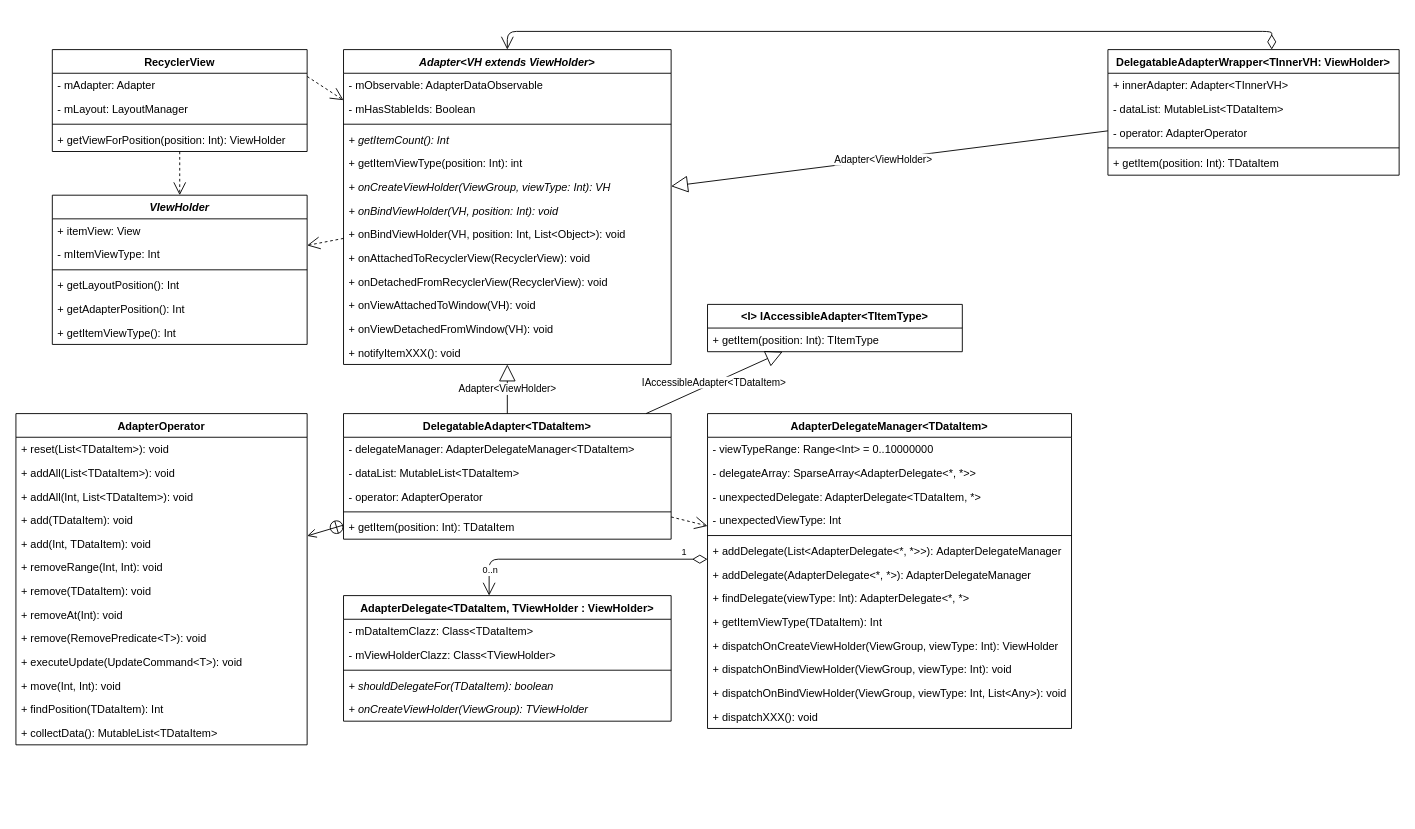
Earlier version of the draw.io diagram GlobalSearch.drawio (Cmdone/Draw.io). Source tidied: cells renumbered, new cells numbered last; positions are measured from the earlier drawing's top-left corner, leaving out a move shared by most shapes. Both pictures are drawn from the tidied source at 91%, with x=0, y=0 at pixel (15, 31).
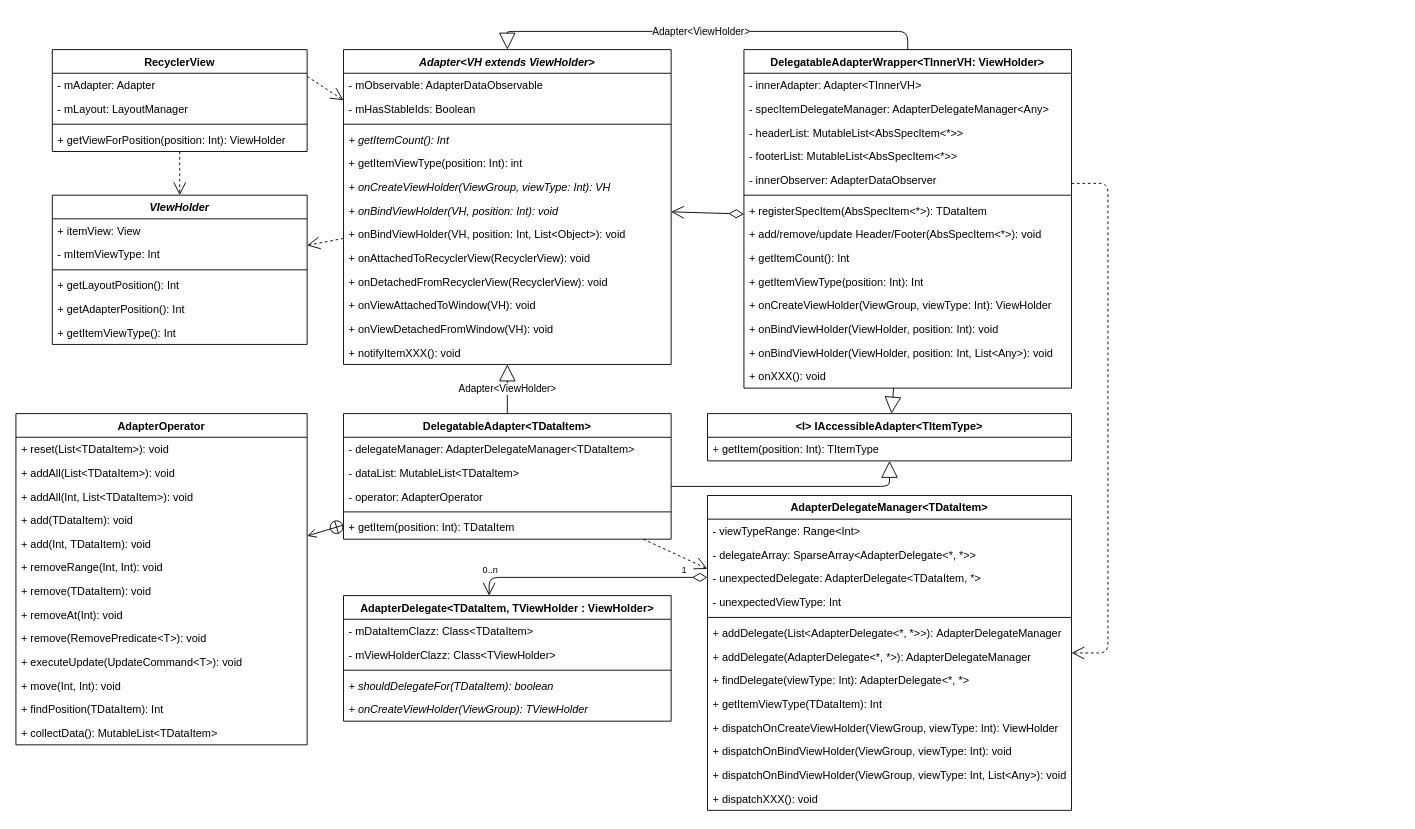
After the change.

Unchanged cells that the change refers to:
```xml
<mxCell id="2" value="Adapter&lt;VH extends ViewHolder&gt;" style="swimlane;fontStyle=3;align=center;verticalAlign=top;horizontal=1;startSize=26;" parent="1" vertex="1">
  <mxGeometry x="360" y="20" width="360" height="346" as="geometry" />
</mxCell>
<mxCell id="31" value="DelegatableAdapter&lt;TDataItem&gt;" style="swimlane;fontStyle=1;align=center;verticalAlign=top;horizontal=1;startSize=26;" parent="1" vertex="1">
  <mxGeometry x="360" y="420" width="360" height="138" as="geometry" />
</mxCell>
<mxCell id="68" value="AdapterDelegate&lt;TDataItem, TViewHolder : ViewHolder&gt;" style="swimlane;fontStyle=1;align=center;verticalAlign=top;horizontal=1;startSize=26;" parent="1" vertex="1">
  <mxGeometry x="360" y="620" width="360" height="138" as="geometry" />
</mxCell>
```

The edit, as a diff of the source:
```diff
@@
     <mxCell id="53" value="AdapterDelegateManager&lt;TDataItem&gt;" style="swimlane;fontStyle=1;align=center;verticalAlign=top;horizontal=1;startSize=26;" parent="1" vertex="1">
-      <mxGeometry x="760" y="420" width="400" height="346" as="geometry" />
+      <mxGeometry x="760" y="510" width="400" height="346" as="geometry" />
     </mxCell>
-    <mxCell id="54" value="- viewTypeRange: Range&lt;Int&gt; = 0..10000000" style="text;strokeColor=none;fillColor=none;align=left;verticalAlign=top;spacingLeft=4;spacingRight=4;overflow=hidden;" parent="53" vertex="1">
+    <mxCell id="54" value="- viewTypeRange: Range&lt;Int&gt;" style="text;strokeColor=none;fillColor=none;align=left;verticalAlign=top;spacingLeft=4;spacingRight=4;overflow=hidden;" parent="53" vertex="1">
       <mxGeometry y="26" width="400" height="26" as="geometry" />
     </mxCell>
@@
     <mxCell id="74" style="endArrow=open;html=1;endSize=12;startArrow=diamondThin;startSize=14;startFill=0;edgeStyle=orthogonalEdgeStyle;" parent="1" edge="1" source="53" target="68">
       <mxGeometry relative="1" as="geometry">
         <Array as="points">
-          <mxPoint x="520" y="580" />
+          <mxPoint x="520" y="600" />
         </Array>
       </mxGeometry>
     </mxCell>
@@
     <mxCell id="77" value="&lt;I&gt; IAccessibleAdapter&lt;TItemType&gt;" style="swimlane;fontStyle=1;align=center;verticalAlign=top;horizontal=1;startSize=26;" parent="1" vertex="1">
-      <mxGeometry x="760" y="300" width="280" height="52" as="geometry" />
+      <mxGeometry x="760" y="420" width="400" height="52" as="geometry" />
     </mxCell>
     <mxCell id="78" value="+ getItem(position: Int): TItemType" style="text;strokeColor=none;fillColor=none;align=left;verticalAlign=top;spacingLeft=4;spacingRight=4;overflow=hidden;" parent="77" vertex="1">
-      <mxGeometry y="26" width="280" height="26" as="geometry" />
+      <mxGeometry y="26" width="400" height="26" as="geometry" />
     </mxCell>
-    <mxCell id="79" value="&lt;span style=&quot;font-size: 11px&quot;&gt;IAccessibleAdapter&amp;lt;TDataItem&amp;gt;&lt;/span&gt;" style="endArrow=block;endSize=16;endFill=0;html=1;" parent="1" edge="1" source="31" target="77">
-      <mxGeometry relative="1" as="geometry" />
+    <mxCell id="79" style="endArrow=block;endSize=16;endFill=0;html=1;edgeStyle=orthogonalEdgeStyle;" parent="1" edge="1" source="31" target="77">
+      <mxGeometry x="-0.1" relative="1" as="geometry">
+        <Array as="points">
+          <mxPoint x="960" y="500" />
+        </Array>
+      </mxGeometry>
     </mxCell>
     <mxCell id="80" value="DelegatableAdapterWrapper&lt;TInnerVH: ViewHolder&gt;" style="swimlane;fontStyle=1;align=center;verticalAlign=top;horizontal=1;startSize=26;" parent="1" vertex="1">
-      <mxGeometry x="1200" y="20" width="320" height="138" as="geometry" />
+      <mxGeometry x="800" y="20" width="360" height="372" as="geometry" />
     </mxCell>
-    <mxCell id="81" value="+ innerAdapter: Adapter&lt;TInnerVH&gt;" style="text;strokeColor=none;fillColor=none;align=left;verticalAlign=top;spacingLeft=4;spacingRight=4;overflow=hidden;" parent="80" vertex="1">
-      <mxGeometry y="26" width="320" height="26" as="geometry" />
+    <mxCell id="81" value="- innerAdapter: Adapter&lt;TInnerVH&gt;" style="text;strokeColor=none;fillColor=none;align=left;verticalAlign=top;spacingLeft=4;spacingRight=4;overflow=hidden;" parent="80" vertex="1">
+      <mxGeometry y="26" width="360" height="26" as="geometry" />
     </mxCell>
-    <mxCell id="82" value="- dataList: MutableList&lt;TDataItem&gt;" style="text;strokeColor=none;fillColor=none;align=left;verticalAlign=top;spacingLeft=4;spacingRight=4;overflow=hidden;" parent="80" vertex="1">
-      <mxGeometry y="52" width="320" height="26" as="geometry" />
+    <mxCell id="82" value="- specItemDelegateManager: AdapterDelegateManager&lt;Any&gt;" style="text;strokeColor=none;fillColor=none;align=left;verticalAlign=top;spacingLeft=4;spacingRight=4;overflow=hidden;" parent="80" vertex="1">
+      <mxGeometry y="52" width="360" height="26" as="geometry" />
     </mxCell>
-    <mxCell id="83" value="- operator: AdapterOperator" style="text;strokeColor=none;fillColor=none;align=left;verticalAlign=top;spacingLeft=4;spacingRight=4;overflow=hidden;" parent="80" vertex="1">
-      <mxGeometry y="78" width="320" height="26" as="geometry" />
+    <mxCell id="83" value="- headerList: MutableList&lt;AbsSpecItem&lt;*&gt;&gt;" style="text;strokeColor=none;fillColor=none;align=left;verticalAlign=top;spacingLeft=4;spacingRight=4;overflow=hidden;" parent="80" vertex="1">
+      <mxGeometry y="78" width="360" height="26" as="geometry" />
     </mxCell>
+    <mxCell id="90" value="- footerList: MutableList&lt;AbsSpecItem&lt;*&gt;&gt;" style="text;strokeColor=none;fillColor=none;align=left;verticalAlign=top;spacingLeft=4;spacingRight=4;overflow=hidden;" parent="80" vertex="1">
+      <mxGeometry y="104" width="360" height="26" as="geometry" />
+    </mxCell>
+    <mxCell id="91" value="- innerObserver: AdapterDataObserver" style="text;strokeColor=none;fillColor=none;align=left;verticalAlign=top;spacingLeft=4;spacingRight=4;overflow=hidden;" parent="80" vertex="1">
+      <mxGeometry y="130" width="360" height="26" as="geometry" />
+    </mxCell>
     <mxCell id="84" style="line;strokeWidth=1;fillColor=none;align=left;verticalAlign=middle;spacingTop=-1;spacingLeft=3;spacingRight=3;labelPosition=right;" parent="80" vertex="1">
-      <mxGeometry y="104" width="320" height="8" as="geometry" />
+      <mxGeometry y="156" width="360" height="8" as="geometry" />
     </mxCell>
-    <mxCell id="85" value="+ getItem(position: Int): TDataItem" style="text;strokeColor=none;fillColor=none;align=left;verticalAlign=top;spacingLeft=4;spacingRight=4;overflow=hidden;" parent="80" vertex="1">
-      <mxGeometry y="112" width="320" height="26" as="geometry" />
+    <mxCell id="85" value="+ registerSpecItem(AbsSpecItem&lt;*&gt;): TDataItem" style="text;strokeColor=none;fillColor=none;align=left;verticalAlign=top;spacingLeft=4;spacingRight=4;overflow=hidden;" parent="80" vertex="1">
+      <mxGeometry y="164" width="360" height="26" as="geometry" />
     </mxCell>
+    <mxCell id="92" value="+ add/remove/update Header/Footer(AbsSpecItem&lt;*&gt;): void" style="text;strokeColor=none;fillColor=none;align=left;verticalAlign=top;spacingLeft=4;spacingRight=4;overflow=hidden;" parent="80" vertex="1">
+      <mxGeometry y="190" width="360" height="26" as="geometry" />
+    </mxCell>
+    <mxCell id="93" value="+ getItemCount(): Int" style="text;strokeColor=none;fillColor=none;align=left;verticalAlign=top;spacingLeft=4;spacingRight=4;overflow=hidden;" parent="80" vertex="1">
+      <mxGeometry y="216" width="360" height="26" as="geometry" />
+    </mxCell>
+    <mxCell id="94" value="+ getItemViewType(position: Int): Int" style="text;strokeColor=none;fillColor=none;align=left;verticalAlign=top;spacingLeft=4;spacingRight=4;overflow=hidden;" parent="80" vertex="1">
+      <mxGeometry y="242" width="360" height="26" as="geometry" />
+    </mxCell>
+    <mxCell id="95" value="+ onCreateViewHolder(ViewGroup, viewType: Int): ViewHolder" style="text;strokeColor=none;fillColor=none;align=left;verticalAlign=top;spacingLeft=4;spacingRight=4;overflow=hidden;" parent="80" vertex="1">
+      <mxGeometry y="268" width="360" height="26" as="geometry" />
+    </mxCell>
+    <mxCell id="96" value="+ onBindViewHolder(ViewHolder, position: Int): void" style="text;strokeColor=none;fillColor=none;align=left;verticalAlign=top;spacingLeft=4;spacingRight=4;overflow=hidden;" parent="80" vertex="1">
+      <mxGeometry y="294" width="360" height="26" as="geometry" />
+    </mxCell>
+    <mxCell id="97" value="+ onBindViewHolder(ViewHolder, position: Int, List&lt;Any&gt;): void" style="text;strokeColor=none;fillColor=none;align=left;verticalAlign=top;spacingLeft=4;spacingRight=4;overflow=hidden;" parent="80" vertex="1">
+      <mxGeometry y="320" width="360" height="26" as="geometry" />
+    </mxCell>
+    <mxCell id="98" value="+ onXXX(): void" style="text;strokeColor=none;fillColor=none;align=left;verticalAlign=top;spacingLeft=4;spacingRight=4;overflow=hidden;" parent="80" vertex="1">
+      <mxGeometry y="346" width="360" height="26" as="geometry" />
+    </mxCell>
-    <mxCell id="86" value="&lt;span style=&quot;font-size: 11px&quot;&gt;Adapter&amp;lt;ViewHolder&amp;gt;&lt;/span&gt;" style="endArrow=block;endSize=16;endFill=0;html=1;" parent="1" edge="1" source="80" target="2">
-      <mxGeometry x="0.03" relative="1" as="geometry" />
+    <mxCell id="86" value="&lt;span style=&quot;font-size: 11px&quot;&gt;Adapter&amp;lt;ViewHolder&amp;gt;&lt;/span&gt;" style="endArrow=block;endSize=16;endFill=0;html=1;edgeStyle=orthogonalEdgeStyle;entryX=0.5;entryY=0;entryDx=0;entryDy=0;exitX=0.5;exitY=0;exitDx=0;exitDy=0;" parent="1" edge="1" source="80" target="2">
+      <mxGeometry x="0.03" relative="1" as="geometry">
+        <Array as="points">
+          <mxPoint x="980" />
+          <mxPoint x="540" />
+        </Array>
+      </mxGeometry>
     </mxCell>
-    <mxCell id="87" style="endArrow=open;html=1;endSize=12;startArrow=diamondThin;startSize=14;startFill=0;edgeStyle=orthogonalEdgeStyle;" parent="1" edge="1" source="80" target="2">
-      <mxGeometry relative="1" as="geometry">
-        <Array as="points">
-          <mxPoint x="1380" />
-          <mxPoint x="540" />
-        </Array>
-      </mxGeometry>
+    <mxCell id="87" style="endArrow=open;html=1;endSize=12;startArrow=diamondThin;startSize=14;startFill=0;" parent="1" edge="1" source="80" target="2">
+      <mxGeometry relative="1" as="geometry" />
     </mxCell>
@@
+    <mxCell id="99" style="endArrow=open;endSize=12;dashed=1;html=1;edgeStyle=orthogonalEdgeStyle;" parent="1" edge="1" source="80" target="53">
+      <mxGeometry relative="1" as="geometry">
+        <Array as="points">
+          <mxPoint x="1200" y="167" />
+          <mxPoint x="1200" y="683" />
+        </Array>
+      </mxGeometry>
+    </mxCell>
+    <mxCell id="100" style="endArrow=block;endSize=16;endFill=0;html=1;" parent="1" edge="1" source="80" target="77">
+      <mxGeometry x="-0.1" relative="1" as="geometry" />
+    </mxCell>
```
